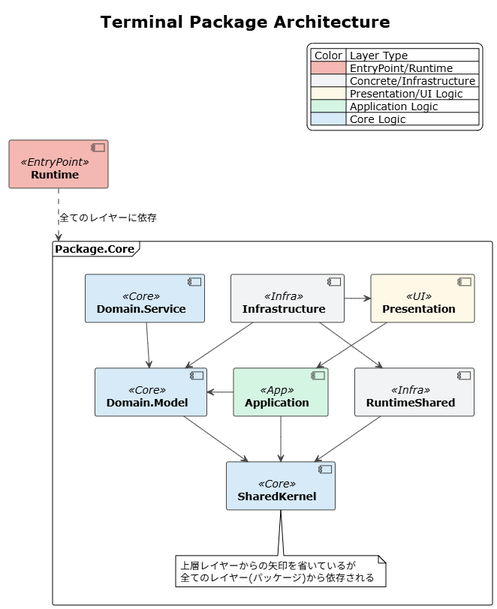
Before: docs/diagrams/Architecture/Architecture.png, a diagram exported from PlantUML (YuukiReiya/YukimaruGames.Unity-Terminal). Its source is kept beside it as docs/diagrams/Architecture/architecture.puml.
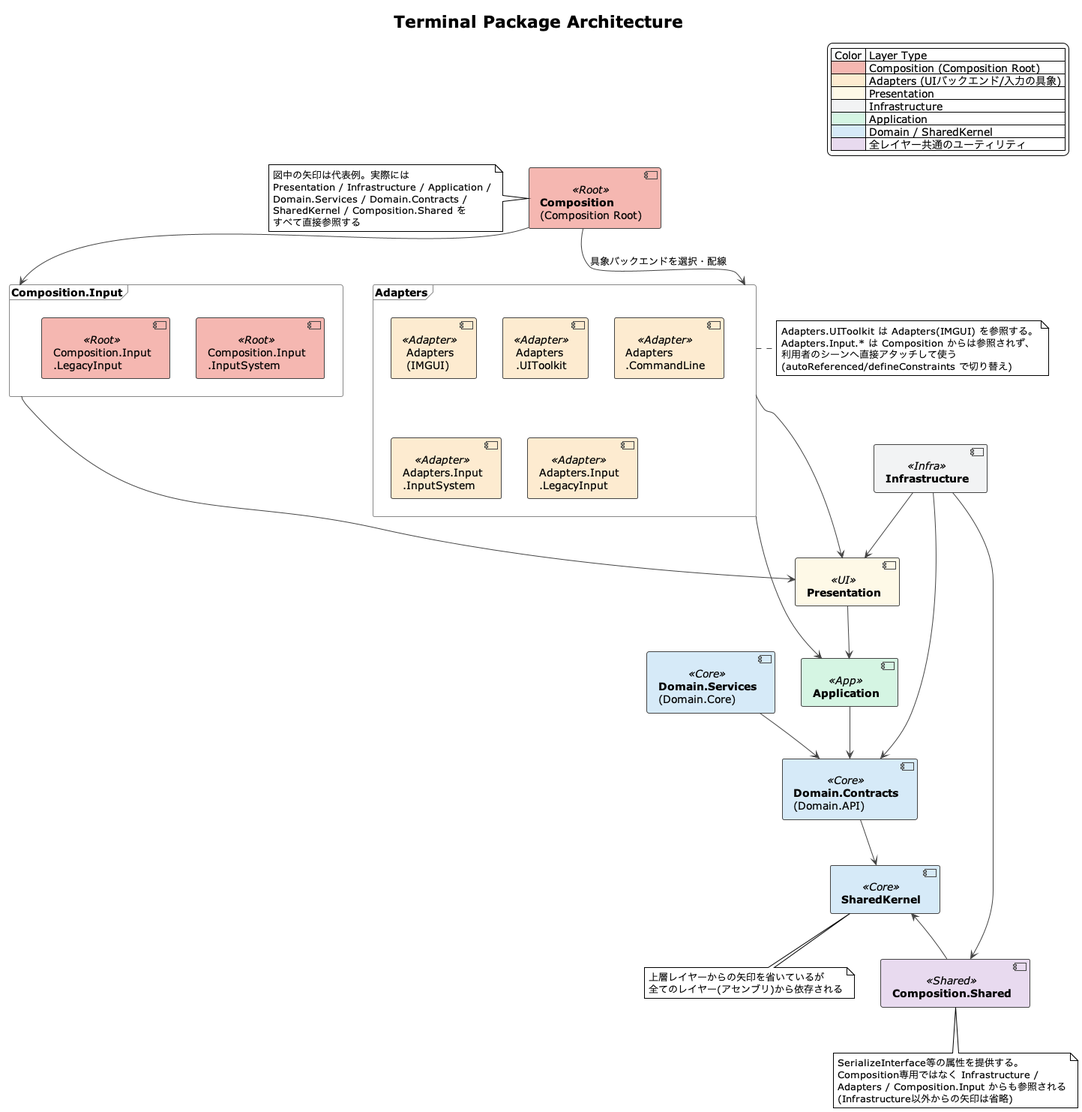
Above is the later version.

Commit message:
docs: アーキテクチャ図を現在のasmdef構成へ更新し、レイヤー概観図を追加

Change to the diagram source:
```diff
@@ -5,57 +5,100 @@
 skinparam component {
   ArrowColor #444444
   BorderColor #444444
-  BackgroundColor<<EntryPoint>> #F5B7B1
+  BackgroundColor<<Root>> #F5B7B1
+  BackgroundColor<<Adapter>> #FDEBD0
   BackgroundColor<<UI>> #FEF9E7
   BackgroundColor<<Infra>> #F2F3F4
   BackgroundColor<<App>> #D5F5E3
   BackgroundColor<<Core>> #D6EAF8
+  BackgroundColor<<Shared>> #E8DAEF
+}
+skinparam frame {
+  BorderColor #888888
 }
 
 legend top right
   | Color | Layer Type |
-  |<#F5B7B1>| EntryPoint/Runtime |
-  |<#F2F3F4>| Concrete/Infrastructure |
-  |<#FEF9E7>| Presentation/UI Logic |
-  |<#D5F5E3>| Application Logic |
-  |<#D6EAF8>| Core Logic |
+  |<#F5B7B1>| Composition (Composition Root) |
+  |<#FDEBD0>| Adapters (UIバックエンド/入力の具象) |
+  |<#FEF9E7>| Presentation |
+  |<#F2F3F4>| Infrastructure |
+  |<#D5F5E3>| Application |
+  |<#D6EAF8>| Domain / SharedKernel |
+  |<#E8DAEF>| 全レイヤー共通のユーティリティ |
 end legend
 
-component "<b>Runtime</b>" as Runtime <<EntryPoint>>
-frame "<b>Package.Core</b>" as PackageCore{
-  component "<b>Infrastructure</b>" as Infrastructure <<Infra>>
-  component "<b>Presentation</b>" as Presentation <<UI>>
-  component "<b>RuntimeShared</b>" as RuntimeShared <<Infra>>
-  component "<b>Application</b>" as Application <<App>>
-  component "<b>Domain.Service</b>" as DomainService <<Core>>
-  component "<b>Domain.Model</b>" as DomainModel <<Core>>
-  component "<b>SharedKernel</b>" as SharedKernel <<Core>>
+component "<b>Composition</b>\n(Composition Root)" as Composition <<Root>>
 
-  note bottom of SharedKernel
-  上層レイヤーからの矢印を省いているが
-  全てのレイヤー(パッケージ)から依存される
-  endnote
+frame "<b>Adapters</b>" as AdapterFrame {
+  component "Adapters\n(IMGUI)" as Adapters <<Adapter>>
+  component "Adapters\n.UIToolkit" as AdaptersUIToolkit <<Adapter>>
+  component "Adapters\n.CommandLine" as AdaptersCommandLine <<Adapter>>
+  component "Adapters.Input\n.InputSystem" as AdaptersInputSystem <<Adapter>>
+  component "Adapters.Input\n.LegacyInput" as AdaptersLegacyInput <<Adapter>>
 }
 
-Runtime .down.> PackageCore:全てのレイヤーに依存
+frame "<b>Composition.Input</b>" as CompositionInputFrame {
+  component "Composition.Input\n.InputSystem" as CompositionInputSystem <<Root>>
+  component "Composition.Input\n.LegacyInput" as CompositionLegacyInput <<Root>>
+}
 
-DomainService -[hidden]right-> Infrastructure
-Application -[hidden]right-> RuntimeShared
-Infrastructure -[hidden]down-> Application
-Presentation -[hidden]down-> RuntimeShared
+component "<b>Presentation</b>" as Presentation <<UI>>
+component "<b>Infrastructure</b>" as Infrastructure <<Infra>>
+component "<b>Application</b>" as Application <<App>>
+component "<b>Domain.Services</b>\n(Domain.Core)" as DomainServices <<Core>>
+component "<b>Domain.Contracts</b>\n(Domain.API)" as DomainContracts <<Core>>
+component "<b>SharedKernel</b>" as SharedKernel <<Core>>
+component "<b>Composition.Shared</b>" as CompositionShared <<Shared>>
 
-DomainService -down->DomainModel
-Infrastructure -right-> Presentation
+note right of AdapterFrame
+  Adapters.UIToolkit は Adapters(IMGUI) を参照する。
+  Adapters.Input.* は Composition からは参照されず、
+  利用者のシーンへ直接アタッチして使う
+  (autoReferenced/defineConstraints で切り替え)
+end note
 
-Infrastructure -down-> RuntimeShared
-Infrastructure -down-> DomainModel
+note bottom of SharedKernel
+  上層レイヤーからの矢印を省いているが
+  全てのレイヤー(アセンブリ)から依存される
+end note
+
+note bottom of CompositionShared
+  SerializeInterface等の属性を提供する。
+  Composition専用ではなく Infrastructure /
+  Adapters / Composition.Input からも参照される
+  (Infrastructure以外からの矢印は省略)
+end note
+
+note left of Composition
+  図中の矢印は代表例。実際には
+  Presentation / Infrastructure / Application /
+  Domain.Services / Domain.Contracts /
+  SharedKernel / Composition.Shared を
+  すべて直接参照する
+end note
+
+Composition -[hidden]down-> AdapterFrame
+AdapterFrame -[hidden]down-> Infrastructure
+DomainServices -[hidden]right-> DomainContracts
+SharedKernel -[hidden]right-> CompositionShared
+
+Composition -down-> AdapterFrame : 具象バックエンドを選択・配線
+Composition -down-> CompositionInputFrame
+
+AdapterFrame -down-> Presentation
+AdapterFrame -down-> Application
+CompositionInputFrame -down-> Presentation
+
+Infrastructure -down-> Presentation
+Infrastructure -down-> DomainContracts
+Infrastructure -right-> CompositionShared
 
 Presentation -down-> Application
+Application -down-> DomainContracts
+DomainServices -down-> DomainContracts
 
-Application -left-> DomainModel
-
-Application -down-> SharedKernel
-DomainModel -down-> SharedKernel
-RuntimeShared -down-> SharedKernel
+DomainContracts -down-> SharedKernel
+CompositionShared -down-> SharedKernel
 
 @enduml
```
